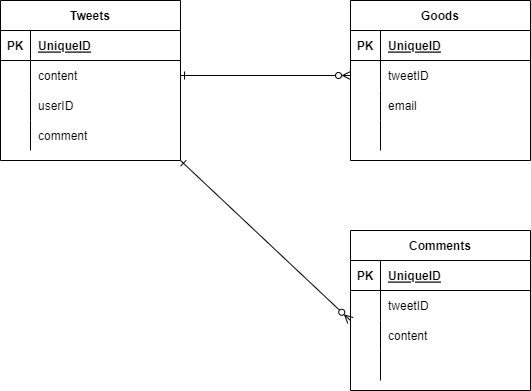
Before: 設計/ER.drawio.png, a diagram exported from draw.io (junnichi-tajima/SNS_test). Source tidied: cells renumbered, new cells last; positions are measured from the earlier drawing's top-left corner, leaving out a move shared by most shapes.
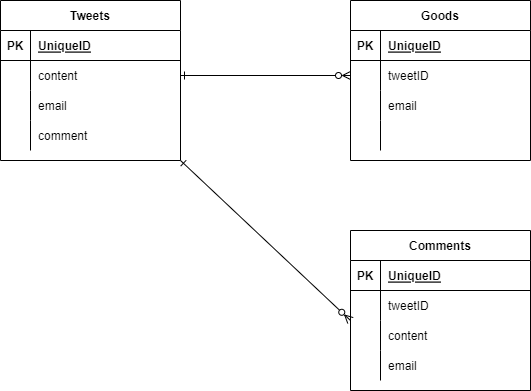
After the commit.

Change to the diagram source:
```diff
@@ -29,7 +29,7 @@
     <mxCell id="10" style="shape=partialRectangle;fillColor=none;top=0;left=0;bottom=0;right=0;overflow=hidden;" parent="9" vertex="1">
       <mxGeometry width="30" height="30" as="geometry" />
     </mxCell>
-    <mxCell id="11" value="userID" style="shape=partialRectangle;fillColor=none;top=0;left=0;bottom=0;right=0;align=left;spacingLeft=6;overflow=hidden;" parent="9" vertex="1">
+    <mxCell id="11" value="email" style="shape=partialRectangle;fillColor=none;top=0;left=0;bottom=0;right=0;align=left;spacingLeft=6;overflow=hidden;" parent="9" vertex="1">
       <mxGeometry x="30" width="150" height="30" as="geometry" />
     </mxCell>
     <mxCell id="12" style="shape=partialRectangle;fillColor=none;top=0;left=0;bottom=0;right=0;" parent="2" vertex="1">
@@ -119,7 +119,7 @@
     <mxCell id="40" style="shape=partialRectangle;fillColor=none;top=0;left=0;bottom=0;right=0;overflow=hidden;" parent="39" vertex="1">
       <mxGeometry width="30" height="30" as="geometry" />
     </mxCell>
-    <mxCell id="41" style="shape=partialRectangle;fillColor=none;top=0;left=0;bottom=0;right=0;align=left;spacingLeft=6;overflow=hidden;" parent="39" vertex="1">
+    <mxCell id="41" value="email" style="shape=partialRectangle;fillColor=none;top=0;left=0;bottom=0;right=0;align=left;spacingLeft=6;overflow=hidden;" parent="39" vertex="1">
       <mxGeometry x="30" width="150" height="30" as="geometry" />
     </mxCell>
     <mxCell id="42" style="edgeStyle=none;html=1;entryX=0;entryY=0;entryDx=0;entryDy=0;entryPerimeter=0;startArrow=ERone;startFill=0;endArrow=ERzeroToMany;endFill=0;exitX=1;exitY=1;exitDx=0;exitDy=0;" parent="1" edge="1" source="2" target="36">
```
